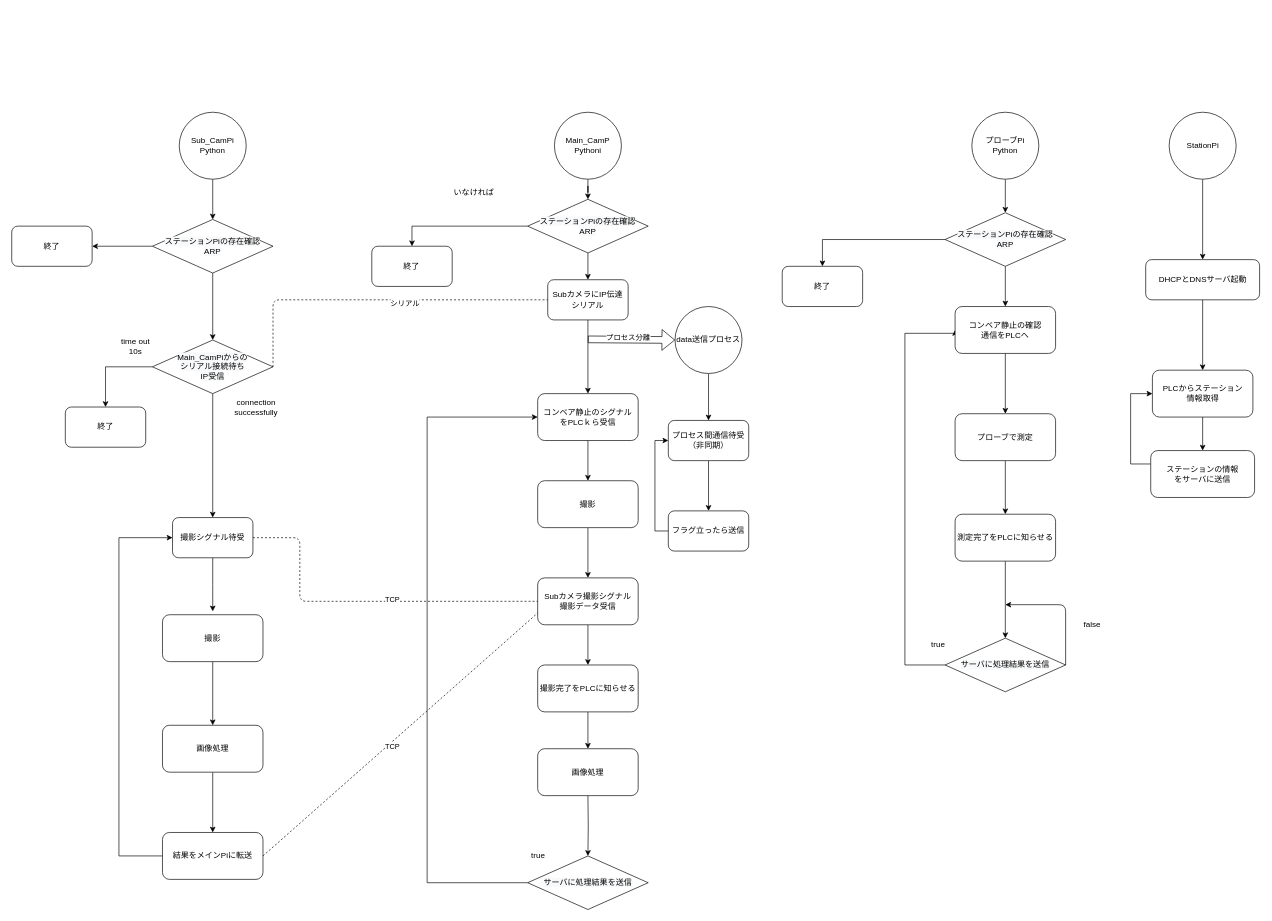
Before: 設計/フローチャート.drawio in chekke1999/kaihatukadai, a draw.io diagram. Source tidied: cells renumbered, new cells numbered last; positions are measured from the earlier drawing's top-left corner, leaving out a move shared by most shapes. Both pictures are drawn from the tidied source at 67%, with x=0, y=0 at pixel (11, 112).
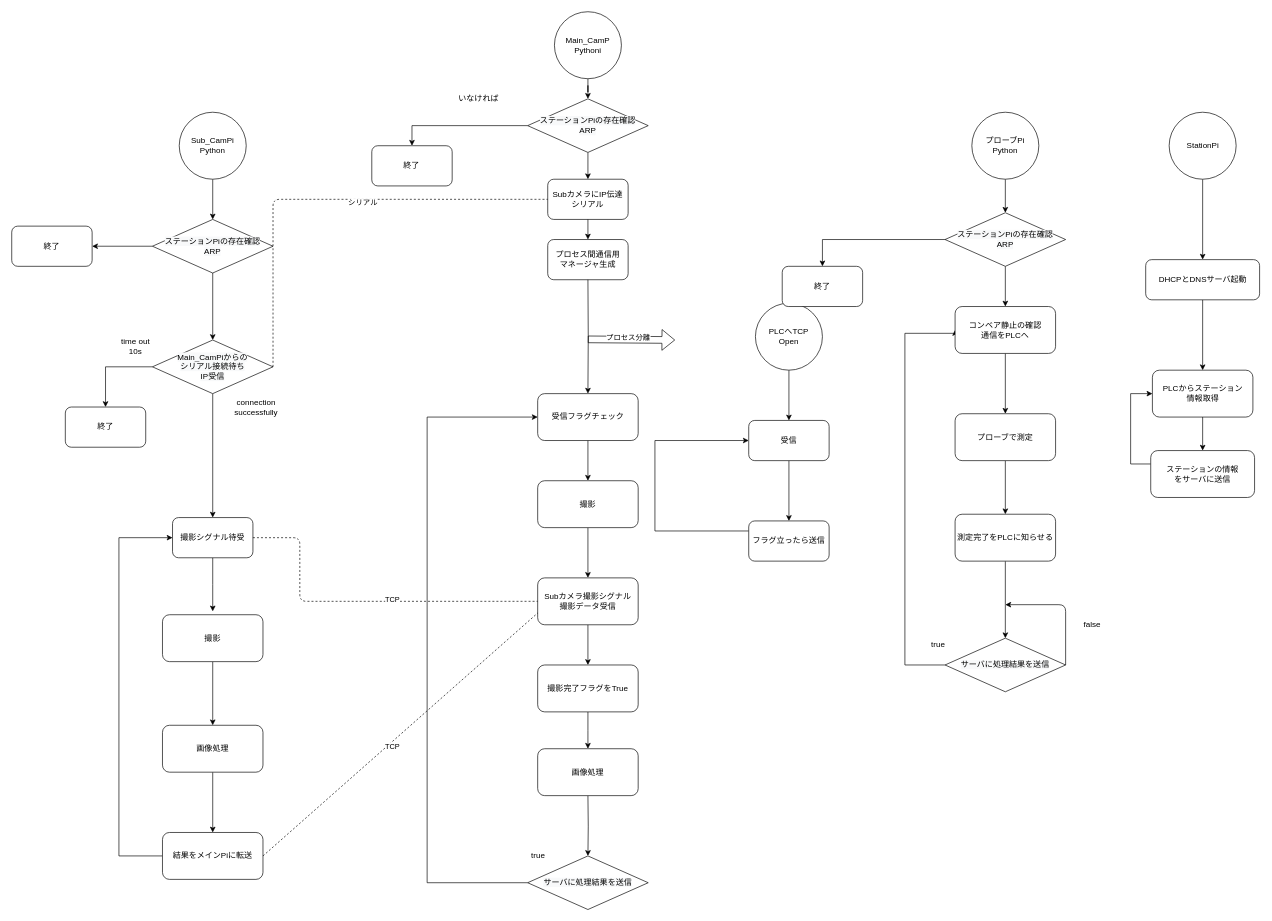
The same page after the edit.

Commit message:
Update フローチャート.drawio

The change refers to these unchanged cells:
```xml
<mxCell id="47" value="&lt;span style=&quot;color: rgb(0 , 0 , 0) ; font-family: &amp;#34;helvetica&amp;#34; ; font-size: 12px ; font-style: normal ; font-weight: 400 ; letter-spacing: normal ; text-align: center ; text-indent: 0px ; text-transform: none ; word-spacing: 0px ; background-color: rgb(248 , 249 , 250) ; display: inline ; float: none&quot;&gt;&lt;span style=&quot;font-family: &amp;#34;helvetica&amp;#34;&quot;&gt;Main_CamPi&lt;/span&gt;からの&lt;br&gt;シリアル接続待ち&lt;br&gt;IP受信&lt;br&gt;&lt;/span&gt;" style="rhombus;whiteSpace=wrap;html=1;" parent="1" vertex="1">
  <mxGeometry x="210" y="340" width="180" height="80" as="geometry" />
</mxCell>
```

The edit, as a diff of the source:
```diff
@@
     <mxCell id="3" value="Main_CamP&lt;br&gt;Pythoni" style="ellipse;whiteSpace=wrap;html=1;" parent="1" vertex="1">
-      <mxGeometry x="810" width="100" height="100" as="geometry" />
+      <mxGeometry x="810" y="-150" width="100" height="100" as="geometry" />
     </mxCell>
@@
-    <mxCell id="9" value="&lt;span style=&quot;font-family: &amp;#34;helvetica&amp;#34;&quot;&gt;コンベア静止のシグナル&lt;br&gt;をPLCｋら受信&lt;br&gt;&lt;/span&gt;" style="rounded=1;whiteSpace=wrap;html=1;" parent="1" vertex="1">
+    <mxCell id="9" value="&lt;span style=&quot;font-family: &amp;#34;helvetica&amp;#34;&quot;&gt;受信フラグチェック&lt;br&gt;&lt;/span&gt;" style="rounded=1;whiteSpace=wrap;html=1;" parent="1" vertex="1">
       <mxGeometry x="785" y="420" width="150" height="70" as="geometry" />
     </mxCell>
@@
-    <mxCell id="26" value="data送信プロセス" style="ellipse;whiteSpace=wrap;html=1;" parent="1" vertex="1">
-      <mxGeometry x="990" y="290" width="100" height="100" as="geometry" />
+    <mxCell id="26" value="PLCへTCP&lt;br&gt;Open" style="ellipse;whiteSpace=wrap;html=1;" parent="1" vertex="1">
+      <mxGeometry x="1110" y="285" width="100" height="100" as="geometry" />
     </mxCell>
@@
     <mxCell id="28" value="フラグ立ったら送信" style="rounded=1;whiteSpace=wrap;html=1;" parent="1" vertex="1">
-      <mxGeometry x="980" y="595" width="120" height="60" as="geometry" />
+      <mxGeometry x="1100" y="610" width="120" height="60" as="geometry" />
     </mxCell>
@@
-    <mxCell id="32" value="プロセス間通信待受&lt;br&gt;（非同期）" style="rounded=1;whiteSpace=wrap;html=1;" parent="1" vertex="1">
-      <mxGeometry x="980" y="460" width="120" height="60" as="geometry" />
+    <mxCell id="32" value="受信" style="rounded=1;whiteSpace=wrap;html=1;" parent="1" vertex="1">
+      <mxGeometry x="1100" y="460" width="120" height="60" as="geometry" />
     </mxCell>
@@
-    <mxCell id="34" value="撮影完了をPLCに知らせる" style="rounded=1;whiteSpace=wrap;html=1;" parent="1" vertex="1">
+    <mxCell id="34" value="撮影完了フラグをTrue" style="rounded=1;whiteSpace=wrap;html=1;" parent="1" vertex="1">
       <mxGeometry x="785" y="825" width="150" height="70" as="geometry" />
     </mxCell>
@@
     <mxCell id="41" value="&lt;span style=&quot;color: rgb(0 , 0 , 0) ; font-family: &amp;#34;helvetica&amp;#34; ; font-size: 12px ; font-style: normal ; font-weight: 400 ; letter-spacing: normal ; text-align: center ; text-indent: 0px ; text-transform: none ; word-spacing: 0px ; background-color: rgb(248 , 249 , 250) ; display: inline ; float: none&quot;&gt;ステーションPiの存在確認&lt;br&gt;ARP&lt;br&gt;&lt;/span&gt;" style="rhombus;whiteSpace=wrap;html=1;" parent="1" vertex="1">
-      <mxGeometry x="770" y="130" width="180" height="80" as="geometry" />
+      <mxGeometry x="770" y="-20" width="180" height="80" as="geometry" />
     </mxCell>
     <mxCell id="42" value="終了" style="rounded=1;whiteSpace=wrap;html=1;" parent="1" vertex="1">
-      <mxGeometry x="537.4" y="200" width="120" height="60" as="geometry" />
+      <mxGeometry x="537.4" y="50" width="120" height="60" as="geometry" />
     </mxCell>
@@
     <mxCell id="61" value="いなければ" style="text;html=1;strokeColor=none;fillColor=none;align=center;verticalAlign=middle;whiteSpace=wrap;rounded=0;" parent="1" vertex="1">
-      <mxGeometry x="650" y="110" width="80" height="20" as="geometry" />
+      <mxGeometry x="657.4" y="-30" width="80" height="20" as="geometry" />
     </mxCell>
@@
-    <mxCell id="75" style="edgeStyle=orthogonalEdgeStyle;rounded=0;jettySize=auto;html=1;" parent="1" edge="1" source="76" target="9">
-      <mxGeometry relative="1" as="geometry" />
-    </mxCell>
     <mxCell id="76" value="SubカメラにIP伝達&lt;br&gt;シリアル" style="rounded=1;whiteSpace=wrap;html=1;" parent="1" vertex="1">
-      <mxGeometry x="800" y="250" width="120" height="60" as="geometry" />
+      <mxGeometry x="800" y="100" width="120" height="60" as="geometry" />
     </mxCell>
     <mxCell id="77" style="endArrow=none;dashed=1;html=1;exitX=1;exitY=0.5;exitDx=0;exitDy=0;entryX=0;entryY=0.5;entryDx=0;entryDy=0;" parent="1" edge="1" source="47" target="76">
       <mxGeometry relative="1" as="geometry">
         <Array as="points">
-          <mxPoint x="390" y="280" />
+          <mxPoint x="390" y="130" />
         </Array>
       </mxGeometry>
     </mxCell>
@@
+    <mxCell id="83" value="プロセス間通信用&lt;br&gt;マネージャ生成" style="rounded=1;whiteSpace=wrap;html=1;" parent="1" vertex="1">
+      <mxGeometry x="800" y="190" width="120" height="60" as="geometry" />
+    </mxCell>
+    <mxCell id="84" style="edgeStyle=orthogonalEdgeStyle;rounded=0;jettySize=auto;html=1;entryX=0.5;entryY=0;entryDx=0;entryDy=0;exitX=0.5;exitY=1;exitDx=0;exitDy=0;" parent="1" edge="1" source="76" target="83">
+      <mxGeometry relative="1" as="geometry" />
+    </mxCell>
+    <mxCell id="85" style="edgeStyle=orthogonalEdgeStyle;rounded=0;jettySize=auto;html=1;exitX=0.5;exitY=1;exitDx=0;exitDy=0;entryX=0.5;entryY=0;entryDx=0;entryDy=0;" parent="1" edge="1" target="9">
+      <mxGeometry relative="1" as="geometry">
+        <mxPoint x="860" y="250" as="sourcePoint" />
+      </mxGeometry>
+    </mxCell>
```
